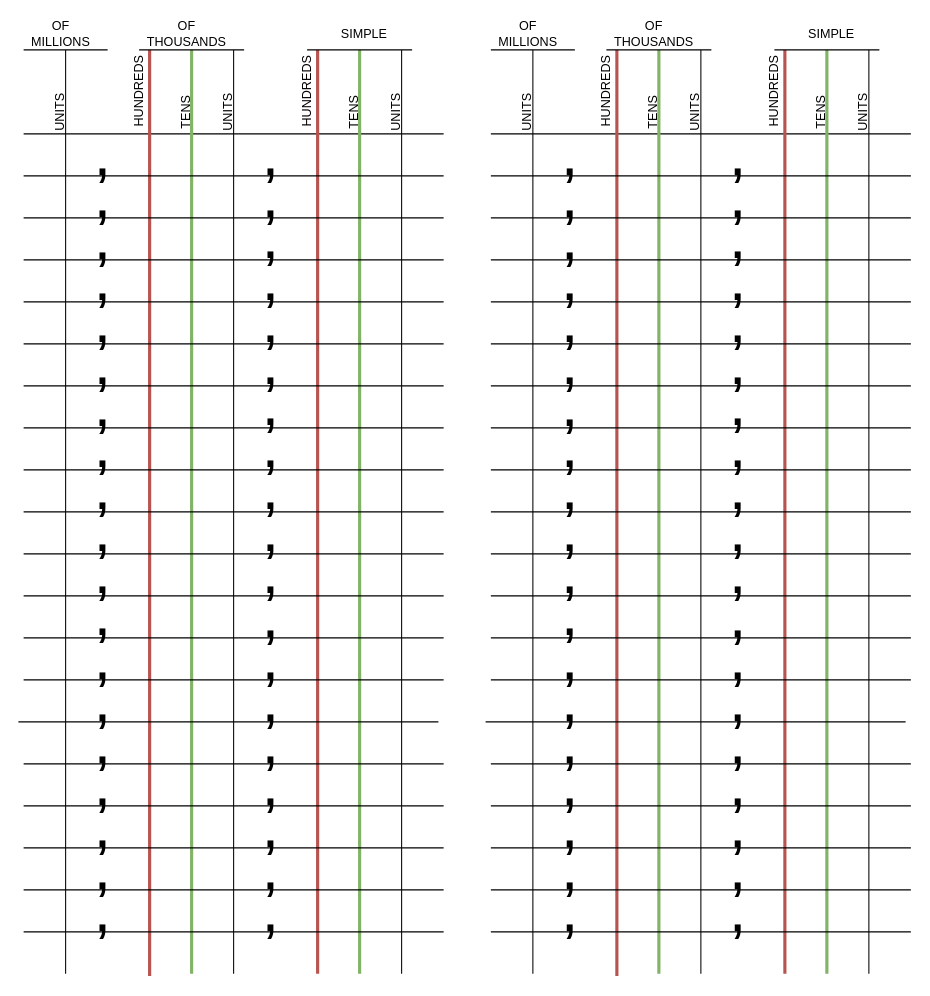
upgrad-edu/Courses keeps this draw.io diagram as Untitled Diagram.drawio. Above is the earlier version. Source tidied: cells renumbered, new cells numbered last; positions are measured from the earlier drawing's top-left corner, leaving out a move shared by most shapes. Both pictures are drawn from the tidied source at 105%, with x=0, y=0 at pixel (18, 18).
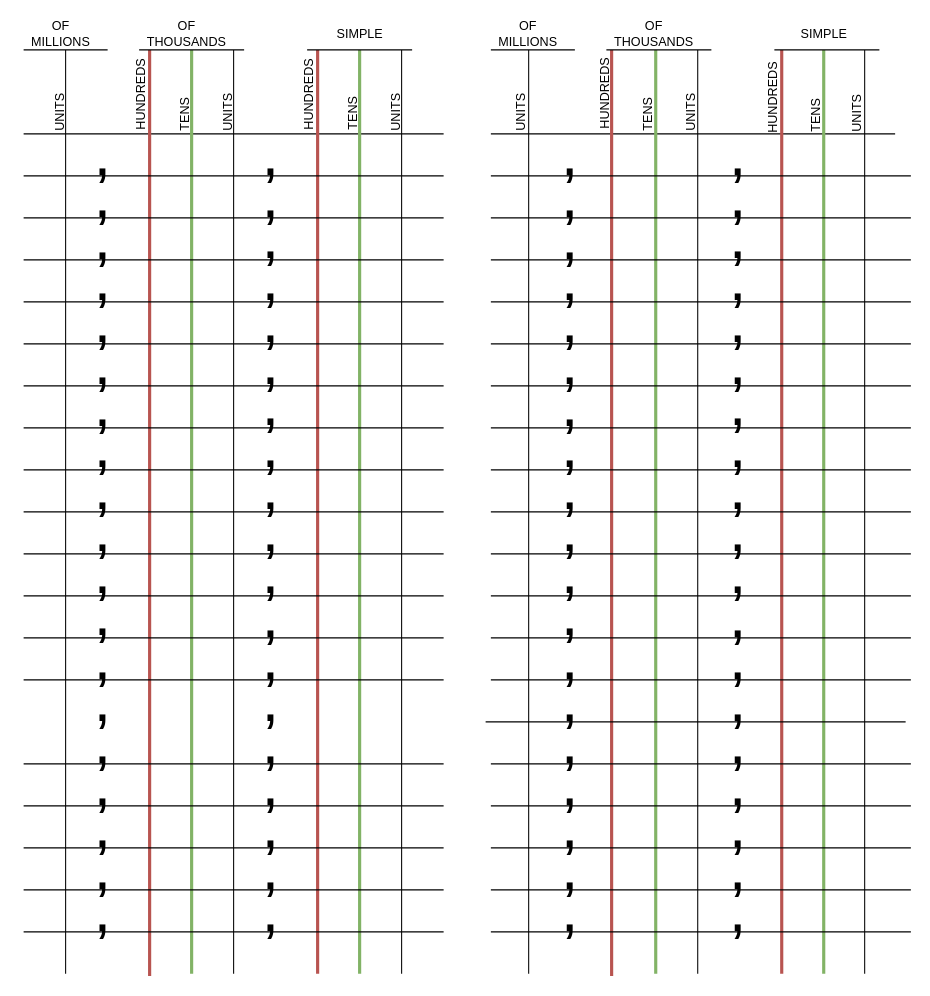
Above is the later version.

The edit, as a diff of the source:
```diff
@@
     <mxCell id="15" value="SIMPLE" style="text;html=1;align=center;verticalAlign=middle;fillColor=none;strokeColor=none;rounded=0;" parent="1" vertex="1">
-      <mxGeometry x="299" y="5" width="60" height="20" as="geometry" />
+      <mxGeometry x="295" y="5" width="60" height="20" as="geometry" />
     </mxCell>
@@
     <mxCell id="17" value="HUNDREDS" style="text;html=1;align=center;verticalAlign=middle;fillColor=none;strokeColor=none;rounded=0;rotation=-90;" parent="1" vertex="1">
-      <mxGeometry x="235" y="60" width="80" height="20" as="geometry" />
+      <mxGeometry x="237" y="63" width="80" height="20" as="geometry" />
     </mxCell>
     <mxCell id="18" value="TENS" style="text;html=1;align=center;verticalAlign=middle;fillColor=none;strokeColor=none;rounded=0;rotation=-90;" parent="1" vertex="1">
-      <mxGeometry x="295" y="80" width="50" height="20" as="geometry" />
+      <mxGeometry x="294" y="81" width="50" height="20" as="geometry" />
     </mxCell>
@@
     <mxCell id="20" value="TENS" style="text;html=1;align=center;verticalAlign=middle;fillColor=none;strokeColor=none;rounded=0;rotation=-90;" parent="1" vertex="1">
-      <mxGeometry x="135" y="80" width="50" height="20" as="geometry" />
+      <mxGeometry x="134" y="82" width="50" height="20" as="geometry" />
     </mxCell>
     <mxCell id="21" value="HUNDREDS" style="text;html=1;align=center;verticalAlign=middle;fillColor=none;strokeColor=none;rounded=0;rotation=-90;" parent="1" vertex="1">
-      <mxGeometry x="75" y="60" width="80" height="20" as="geometry" />
+      <mxGeometry x="77" y="63" width="80" height="20" as="geometry" />
     </mxCell>
@@
-    <mxCell id="39" style="endArrow=none;html=1;" parent="1" edge="1">
-      <mxGeometry relative="1" as="geometry">
-        <mxPoint y="670" as="sourcePoint" />
-        <mxPoint x="400" y="670" as="targetPoint" />
-      </mxGeometry>
-    </mxCell>
@@
     <mxCell id="80" style="endArrow=none;html=1;" parent="1" edge="1">
       <mxGeometry relative="1" as="geometry">
-        <mxPoint x="490" y="910" as="sourcePoint" />
-        <mxPoint x="490" y="30" as="targetPoint" />
+        <mxPoint x="486" y="910" as="sourcePoint" />
+        <mxPoint x="486" y="30" as="targetPoint" />
       </mxGeometry>
     </mxCell>
     <mxCell id="81" style="endArrow=none;html=1;" parent="1" edge="1">
       <mxGeometry relative="1" as="geometry">
         <mxPoint x="450" y="110" as="sourcePoint" />
-        <mxPoint x="850" y="110" as="targetPoint" />
+        <mxPoint x="835" y="110" as="targetPoint" />
       </mxGeometry>
     </mxCell>
     <mxCell id="82" style="endArrow=none;html=1;fillColor=#f8cecc;strokeColor=#b85450;strokeWidth=3;" parent="1" edge="1">
       <mxGeometry relative="1" as="geometry">
-        <mxPoint x="570" y="912" as="sourcePoint" />
-        <mxPoint x="570" y="30" as="targetPoint" />
+        <mxPoint x="565" y="912" as="sourcePoint" />
+        <mxPoint x="565" y="30" as="targetPoint" />
       </mxGeometry>
     </mxCell>
     <mxCell id="83" style="endArrow=none;html=1;fillColor=#d5e8d4;strokeColor=#82b366;strokeWidth=3;" parent="1" edge="1">
       <mxGeometry relative="1" as="geometry">
-        <mxPoint x="610" y="910" as="sourcePoint" />
-        <mxPoint x="610" y="30" as="targetPoint" />
+        <mxPoint x="607" y="910" as="sourcePoint" />
+        <mxPoint x="607" y="30" as="targetPoint" />
       </mxGeometry>
     </mxCell>
     <mxCell id="84" style="endArrow=none;html=1;" parent="1" edge="1">
       <mxGeometry relative="1" as="geometry">
-        <mxPoint x="650" y="910" as="sourcePoint" />
-        <mxPoint x="650" y="30" as="targetPoint" />
+        <mxPoint x="647" y="910" as="sourcePoint" />
+        <mxPoint x="647" y="30" as="targetPoint" />
       </mxGeometry>
     </mxCell>
     <mxCell id="85" style="endArrow=none;html=1;strokeWidth=3;fillColor=#f8cecc;strokeColor=#b85450;" parent="1" edge="1">
       <mxGeometry relative="1" as="geometry">
-        <mxPoint x="730" y="910" as="sourcePoint" />
-        <mxPoint x="730" y="30" as="targetPoint" />
+        <mxPoint x="727" y="910" as="sourcePoint" />
+        <mxPoint x="727" y="30" as="targetPoint" />
       </mxGeometry>
     </mxCell>
     <mxCell id="86" style="endArrow=none;html=1;fillColor=#d5e8d4;strokeColor=#82b366;strokeWidth=3;" parent="1" edge="1">
       <mxGeometry relative="1" as="geometry">
-        <mxPoint x="770" y="910" as="sourcePoint" />
-        <mxPoint x="770" y="30" as="targetPoint" />
+        <mxPoint x="767" y="910" as="sourcePoint" />
+        <mxPoint x="767" y="30" as="targetPoint" />
       </mxGeometry>
     </mxCell>
     <mxCell id="87" style="endArrow=none;html=1;" parent="1" edge="1">
       <mxGeometry relative="1" as="geometry">
-        <mxPoint x="810" y="910" as="sourcePoint" />
-        <mxPoint x="810" y="30" as="targetPoint" />
+        <mxPoint x="806" y="910" as="sourcePoint" />
+        <mxPoint x="806" y="30" as="targetPoint" />
       </mxGeometry>
     </mxCell>
@@
     <mxCell id="93" value="SIMPLE" style="text;html=1;align=center;verticalAlign=middle;fillColor=none;strokeColor=none;rounded=0;" parent="1" vertex="1">
-      <mxGeometry x="744" y="5" width="60" height="20" as="geometry" />
+      <mxGeometry x="737" y="5" width="60" height="20" as="geometry" />
     </mxCell>
     <mxCell id="94" value="UNITS" style="text;html=1;align=center;verticalAlign=middle;fillColor=none;strokeColor=none;rounded=0;rotation=-90;" parent="1" vertex="1">
-      <mxGeometry x="780" y="80" width="50" height="20" as="geometry" />
+      <mxGeometry x="774" y="81" width="50" height="20" as="geometry" />
     </mxCell>
     <mxCell id="95" value="HUNDREDS" style="text;html=1;align=center;verticalAlign=middle;fillColor=none;strokeColor=none;rounded=0;rotation=-90;" parent="1" vertex="1">
-      <mxGeometry x="680" y="60" width="80" height="20" as="geometry" />
+      <mxGeometry x="679" y="66" width="80" height="20" as="geometry" />
     </mxCell>
     <mxCell id="96" value="TENS" style="text;html=1;align=center;verticalAlign=middle;fillColor=none;strokeColor=none;rounded=0;rotation=-90;" parent="1" vertex="1">
-      <mxGeometry x="740" y="80" width="50" height="20" as="geometry" />
+      <mxGeometry x="735" y="83" width="50" height="20" as="geometry" />
     </mxCell>
     <mxCell id="97" value="UNITS" style="text;html=1;align=center;verticalAlign=middle;fillColor=none;strokeColor=none;rounded=0;rotation=-90;" parent="1" vertex="1">
-      <mxGeometry x="620" y="80" width="50" height="20" as="geometry" />
+      <mxGeometry x="616" y="80" width="50" height="20" as="geometry" />
     </mxCell>
     <mxCell id="98" value="TENS" style="text;html=1;align=center;verticalAlign=middle;fillColor=none;strokeColor=none;rounded=0;rotation=-90;" parent="1" vertex="1">
-      <mxGeometry x="580" y="80" width="50" height="20" as="geometry" />
+      <mxGeometry x="575" y="82" width="50" height="20" as="geometry" />
     </mxCell>
     <mxCell id="99" value="HUNDREDS" style="text;html=1;align=center;verticalAlign=middle;fillColor=none;strokeColor=none;rounded=0;rotation=-90;" parent="1" vertex="1">
-      <mxGeometry x="520" y="60" width="80" height="20" as="geometry" />
+      <mxGeometry x="519" y="62" width="80" height="20" as="geometry" />
     </mxCell>
     <mxCell id="100" value="UNITS" style="text;html=1;align=center;verticalAlign=middle;fillColor=none;strokeColor=none;rounded=0;rotation=-90;" parent="1" vertex="1">
-      <mxGeometry x="460" y="80" width="50" height="20" as="geometry" />
+      <mxGeometry x="454" y="80" width="50" height="20" as="geometry" />
     </mxCell>
```
